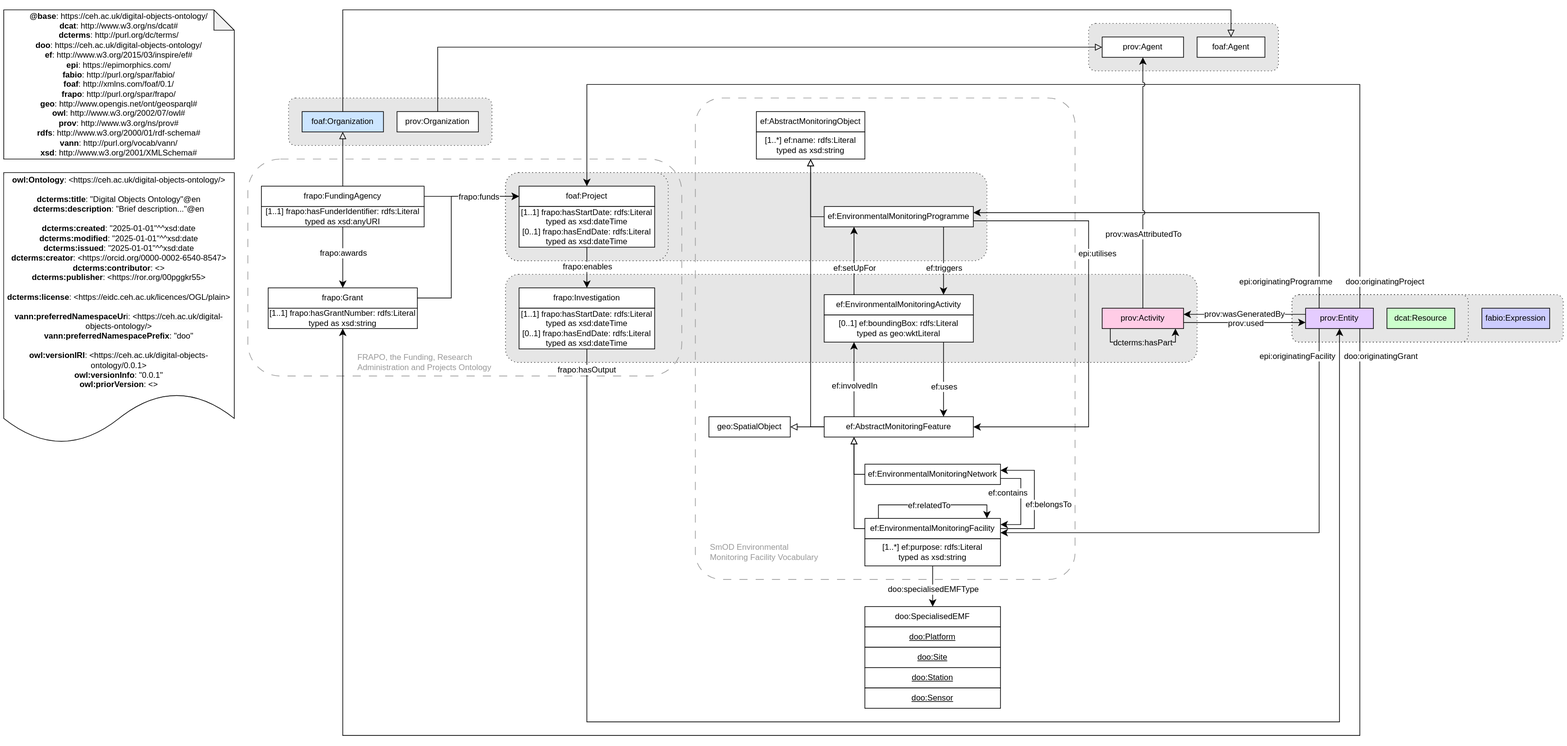
Before: ontology/digital_objects_ontology.svg, a diagram exported from draw.io (NERC-CEH/digital-objects-ontology). Source tidied: cells renumbered, new cells last; positions are measured from the earlier drawing's top-left corner, leaving out a move shared by most shapes.
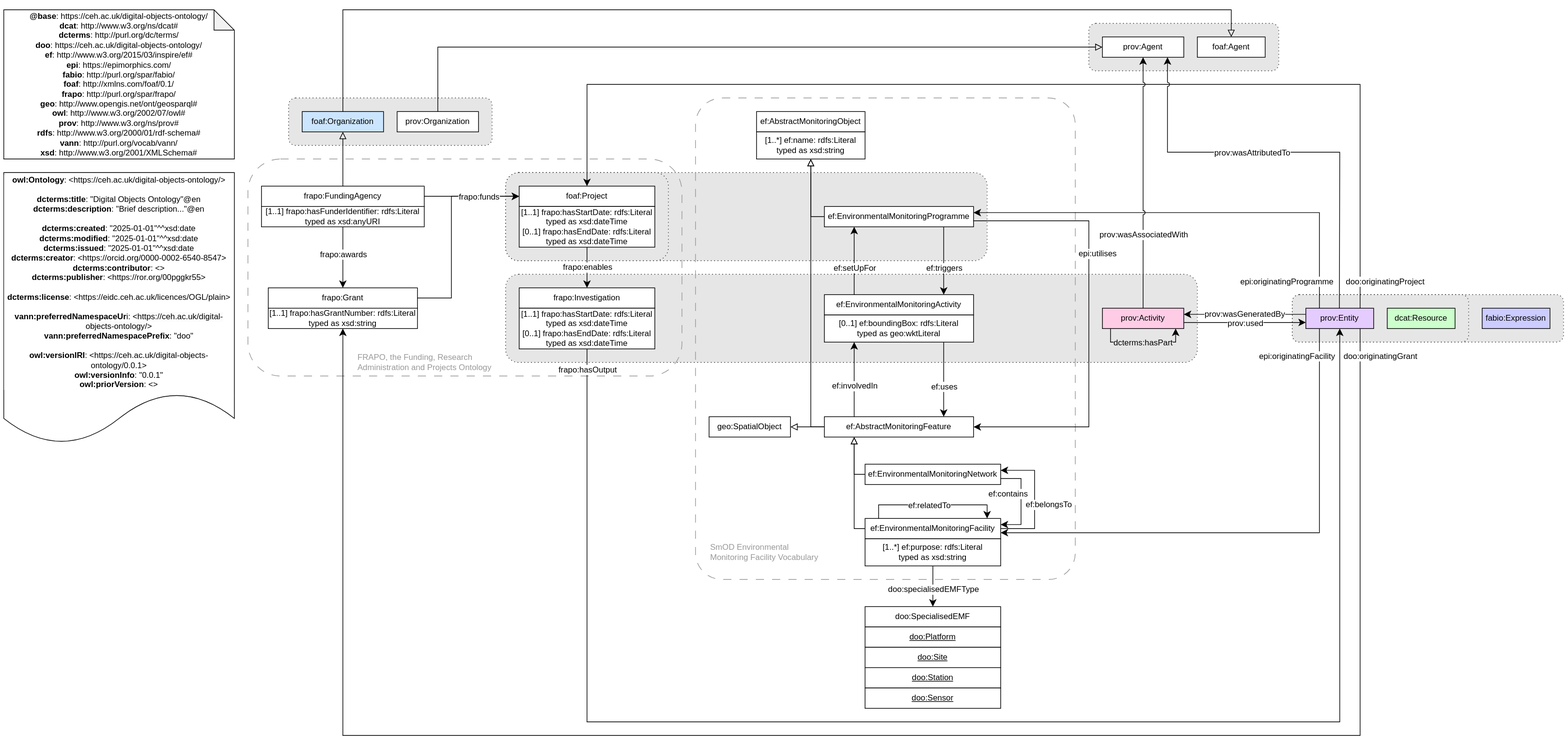
After the commit.

Commit message:
corrected/added prov properties

The edit, as a diff of the source:
```diff
@@ -364,7 +364,7 @@
     <mxCell id="85" style="endArrow=classic;html=1;exitX=0.5;exitY=0;exitDx=0;exitDy=0;endSize=8;arcSize=0;rounded=0;entryX=0.5;entryY=1;entryDx=0;entryDy=0;jumpStyle=arc;" parent="1" edge="1" source="17" target="51">
       <mxGeometry relative="1" as="geometry" />
     </mxCell>
-    <mxCell id="86" value="&lt;div&gt;&lt;font style=&quot;font-size: 12px;&quot;&gt;prov:wasAttributedTo&lt;/font&gt;&lt;/div&gt;" style="edgeLabel;html=1;align=center;verticalAlign=middle;" parent="85" vertex="1">
+    <mxCell id="86" value="&lt;div&gt;&lt;font style=&quot;font-size: 12px;&quot;&gt;prov:wasAssociatedWith&lt;/font&gt;&lt;/div&gt;" style="edgeLabel;html=1;align=center;verticalAlign=middle;" parent="85" vertex="1">
       <mxGeometry x="-0.19" y="-1" relative="1" as="geometry">
         <mxPoint x="-1" y="40" as="offset" />
       </mxGeometry>
@@ -418,5 +418,19 @@
     <mxCell id="100" value="&lt;div&gt;&lt;u&gt;doo:Sensor&lt;/u&gt;&lt;u&gt;&lt;/u&gt;&lt;/div&gt;" style="rounded=0;whiteSpace=wrap;html=1;" parent="1" vertex="1">
       <mxGeometry x="1270" y="1000" width="200" height="30" as="geometry" />
     </mxCell>
+    <mxCell id="101" style="endArrow=classic;html=1;exitX=0.5;exitY=0;exitDx=0;exitDy=0;endSize=8;arcSize=0;rounded=0;entryX=0.8;entryY=1;entryDx=0;entryDy=0;jumpStyle=arc;" parent="1" edge="1" target="51">
+      <mxGeometry relative="1" as="geometry">
+        <mxPoint x="1969.5" y="440" as="sourcePoint" />
+        <Array as="points">
+          <mxPoint x="1970" y="210" />
+          <mxPoint x="1716" y="210" />
+        </Array>
+      </mxGeometry>
+    </mxCell>
+    <mxCell id="102" value="&lt;div&gt;&lt;font style=&quot;font-size: 12px;&quot;&gt;prov:wasAttributedTo&lt;/font&gt;&lt;/div&gt;" style="edgeLabel;html=1;align=center;verticalAlign=middle;" parent="101" vertex="1">
+      <mxGeometry x="-0.19" y="-1" relative="1" as="geometry">
+        <mxPoint x="-107" y="1" as="offset" />
+      </mxGeometry>
+    </mxCell>
   </root>
 </mxGraphModel>
```
